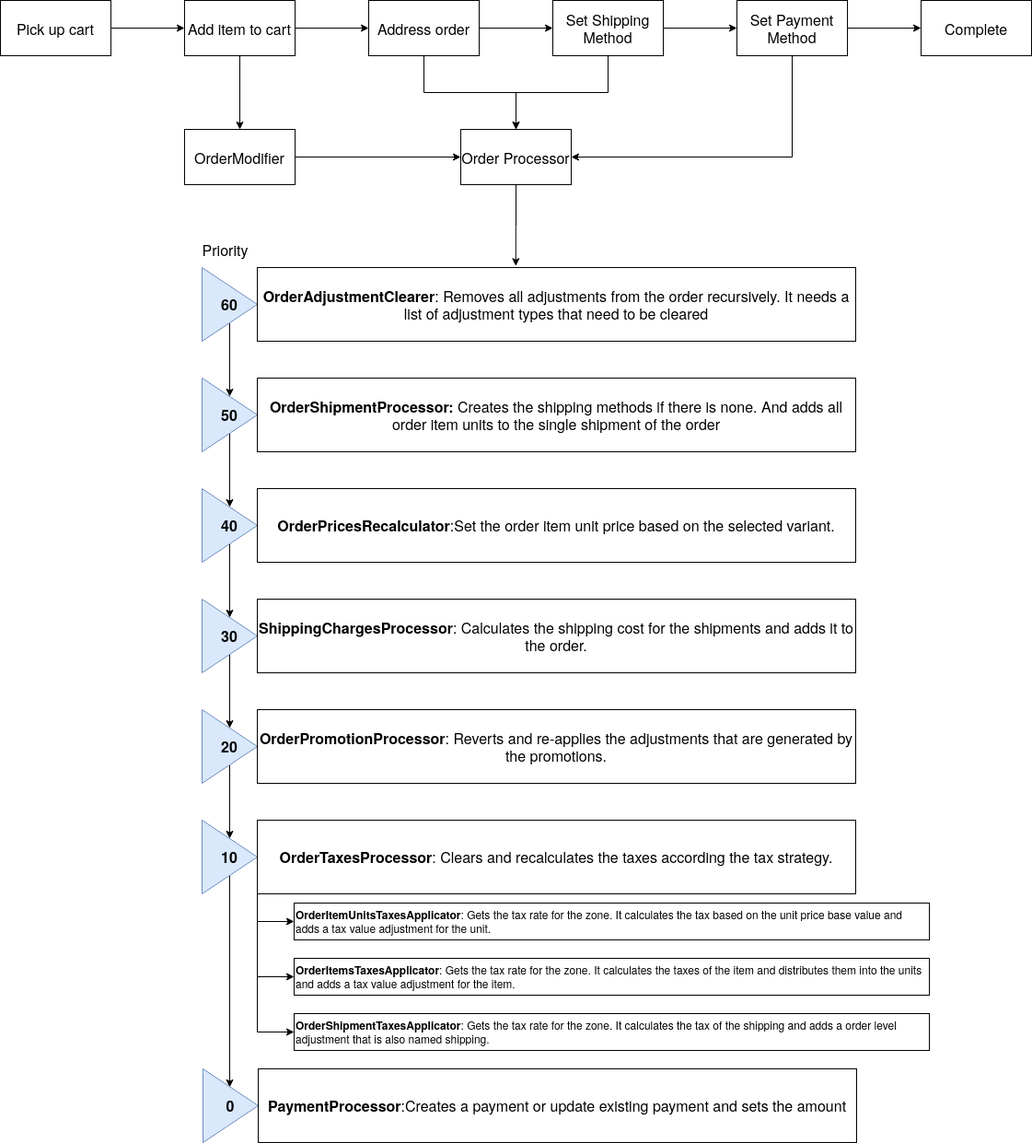
Earlier version of the draw.io export docs/_images/sylius_order_processor.png (Sylius/Sylius). Source tidied: cells renumbered, new cells last; positions are measured from the earlier drawing's top-left corner, leaving out a move shared by most shapes. The source it was exported from:
```xml
<mxGraphModel>
  <root>
    <mxCell id="0" />
    <mxCell id="1" parent="0" />
    <mxCell id="2" style="edgeStyle=orthogonalEdgeStyle;rounded=0;jettySize=auto;html=1;fontSize=16;" parent="1" edge="1" source="3" target="6">
      <mxGeometry relative="1" as="geometry" />
    </mxCell>
    <mxCell id="3" value="&lt;div style=&quot;font-size: 16px;&quot;&gt;Pick up cart&lt;/div&gt;" style="rounded=0;whiteSpace=wrap;html=1;fontSize=16;" parent="1" vertex="1">
      <mxGeometry width="120" height="60" as="geometry" />
    </mxCell>
    <mxCell id="4" style="edgeStyle=orthogonalEdgeStyle;rounded=0;jettySize=auto;html=1;fontSize=16;" parent="1" edge="1" source="6" target="13">
      <mxGeometry relative="1" as="geometry" />
    </mxCell>
    <mxCell id="5" style="edgeStyle=orthogonalEdgeStyle;rounded=0;jettySize=auto;html=1;fontSize=16;" parent="1" edge="1" source="6" target="8">
      <mxGeometry relative="1" as="geometry" />
    </mxCell>
    <mxCell id="6" value="Add item to cart" style="rounded=0;whiteSpace=wrap;html=1;fontSize=16;" parent="1" vertex="1">
      <mxGeometry x="200" width="120" height="60" as="geometry" />
    </mxCell>
    <mxCell id="7" style="edgeStyle=orthogonalEdgeStyle;rounded=0;jettySize=auto;html=1;fontSize=16;" parent="1" edge="1" source="8" target="10">
      <mxGeometry relative="1" as="geometry" />
    </mxCell>
    <mxCell id="8" value="OrderModifier" style="rounded=0;whiteSpace=wrap;html=1;fontSize=16;" parent="1" vertex="1">
      <mxGeometry x="200" y="140" width="120" height="60" as="geometry" />
    </mxCell>
    <mxCell id="9" style="edgeStyle=orthogonalEdgeStyle;rounded=0;jettySize=auto;html=1;exitX=0.5;exitY=1;exitDx=0;exitDy=0;fontSize=16;entryX=0.432;entryY=-0.021;entryDx=0;entryDy=0;entryPerimeter=0;" parent="1" edge="1" source="10" target="34">
      <mxGeometry relative="1" as="geometry" />
    </mxCell>
    <mxCell id="10" value="&lt;div style=&quot;font-size: 16px;&quot;&gt;Order Processor&lt;/div&gt;" style="rounded=0;whiteSpace=wrap;html=1;fontSize=16;" parent="1" vertex="1">
      <mxGeometry x="500" y="140" width="120" height="60" as="geometry" />
    </mxCell>
    <mxCell id="11" style="edgeStyle=orthogonalEdgeStyle;rounded=0;jettySize=auto;html=1;fontSize=16;" parent="1" edge="1" source="13" target="16">
      <mxGeometry relative="1" as="geometry" />
    </mxCell>
    <mxCell id="12" style="edgeStyle=orthogonalEdgeStyle;rounded=0;jettySize=auto;html=1;fontSize=16;" parent="1" edge="1" source="13" target="10">
      <mxGeometry relative="1" as="geometry" />
    </mxCell>
    <mxCell id="13" value="&lt;div style=&quot;font-size: 16px;&quot;&gt;Address order&lt;/div&gt;" style="rounded=0;whiteSpace=wrap;html=1;fontSize=16;" parent="1" vertex="1">
      <mxGeometry x="400" width="120" height="60" as="geometry" />
    </mxCell>
    <mxCell id="14" style="edgeStyle=orthogonalEdgeStyle;rounded=0;jettySize=auto;html=1;fontSize=16;" parent="1" edge="1" source="16" target="19">
      <mxGeometry relative="1" as="geometry" />
    </mxCell>
    <mxCell id="15" style="edgeStyle=orthogonalEdgeStyle;rounded=0;jettySize=auto;html=1;exitX=0.5;exitY=1;exitDx=0;exitDy=0;fontSize=16;" parent="1" edge="1" source="16" target="10">
      <mxGeometry relative="1" as="geometry" />
    </mxCell>
    <mxCell id="16" value="&lt;div style=&quot;font-size: 16px;&quot;&gt;Set Shipping Method&lt;/div&gt;" style="rounded=0;whiteSpace=wrap;html=1;fontSize=16;" parent="1" vertex="1">
      <mxGeometry x="600" width="120" height="60" as="geometry" />
    </mxCell>
    <mxCell id="17" style="edgeStyle=orthogonalEdgeStyle;rounded=0;jettySize=auto;html=1;fontSize=16;" parent="1" edge="1" source="19" target="20">
      <mxGeometry relative="1" as="geometry" />
    </mxCell>
    <mxCell id="18" style="edgeStyle=orthogonalEdgeStyle;rounded=0;jettySize=auto;html=1;entryX=1;entryY=0.5;entryDx=0;entryDy=0;fontSize=16;" parent="1" edge="1" source="19" target="10">
      <mxGeometry relative="1" as="geometry">
        <Array as="points">
          <mxPoint x="860" y="170" />
        </Array>
      </mxGeometry>
    </mxCell>
    <mxCell id="19" value="Set Payment Method" style="rounded=0;whiteSpace=wrap;html=1;fontSize=16;" parent="1" vertex="1">
      <mxGeometry x="800" width="120" height="60" as="geometry" />
    </mxCell>
    <mxCell id="20" value="Complete" style="rounded=0;whiteSpace=wrap;html=1;fontSize=16;" parent="1" vertex="1">
      <mxGeometry x="1000" width="120" height="60" as="geometry" />
    </mxCell>
    <mxCell id="21" style="edgeStyle=orthogonalEdgeStyle;rounded=0;jettySize=auto;html=1;fontSize=16;" parent="1" edge="1" source="22" target="24">
      <mxGeometry relative="1" as="geometry" />
    </mxCell>
    <mxCell id="22" value="60" style="triangle;whiteSpace=wrap;html=1;fontSize=16;fontStyle=1;fillColor=#dae8fc;strokeColor=#6c8ebf;" parent="1" vertex="1">
      <mxGeometry x="219" y="290" width="60" height="80" as="geometry" />
    </mxCell>
    <mxCell id="23" style="edgeStyle=orthogonalEdgeStyle;rounded=0;jettySize=auto;html=1;fontSize=16;" parent="1" edge="1" source="24" target="26">
      <mxGeometry relative="1" as="geometry" />
    </mxCell>
    <mxCell id="24" value="50" style="triangle;whiteSpace=wrap;html=1;fontSize=16;fontStyle=1;fillColor=#dae8fc;strokeColor=#6c8ebf;" parent="1" vertex="1">
      <mxGeometry x="219" y="410" width="60" height="80" as="geometry" />
    </mxCell>
    <mxCell id="25" style="edgeStyle=orthogonalEdgeStyle;rounded=0;jettySize=auto;html=1;fontSize=16;" parent="1" edge="1" source="26" target="28">
      <mxGeometry relative="1" as="geometry" />
    </mxCell>
    <mxCell id="26" value="40" style="triangle;whiteSpace=wrap;html=1;fontSize=16;fontStyle=1;fillColor=#dae8fc;strokeColor=#6c8ebf;" parent="1" vertex="1">
      <mxGeometry x="219" y="530" width="60" height="80" as="geometry" />
    </mxCell>
    <mxCell id="27" style="edgeStyle=orthogonalEdgeStyle;rounded=0;jettySize=auto;html=1;fontSize=16;" parent="1" edge="1" source="28" target="30">
      <mxGeometry relative="1" as="geometry" />
    </mxCell>
    <mxCell id="28" value="30" style="triangle;whiteSpace=wrap;html=1;fontSize=16;fontStyle=1;fillColor=#dae8fc;strokeColor=#6c8ebf;" parent="1" vertex="1">
      <mxGeometry x="219" y="650" width="60" height="80" as="geometry" />
    </mxCell>
    <mxCell id="29" style="edgeStyle=orthogonalEdgeStyle;rounded=0;jettySize=auto;html=1;fontSize=16;" parent="1" edge="1" source="30" target="32">
      <mxGeometry relative="1" as="geometry" />
    </mxCell>
    <mxCell id="30" value="20" style="triangle;whiteSpace=wrap;html=1;fontSize=16;fontStyle=1;fillColor=#dae8fc;strokeColor=#6c8ebf;" parent="1" vertex="1">
      <mxGeometry x="219" y="770" width="60" height="80" as="geometry" />
    </mxCell>
    <mxCell id="31" style="edgeStyle=orthogonalEdgeStyle;rounded=0;jettySize=auto;html=1;fontSize=16;" parent="1" edge="1" source="32">
      <mxGeometry relative="1" as="geometry">
        <mxPoint x="249" y="1180" as="targetPoint" />
      </mxGeometry>
    </mxCell>
    <mxCell id="32" value="10" style="triangle;whiteSpace=wrap;html=1;fontSize=16;fontStyle=1;fillColor=#dae8fc;strokeColor=#6c8ebf;" parent="1" vertex="1">
      <mxGeometry x="219" y="890" width="60" height="80" as="geometry" />
    </mxCell>
    <mxCell id="33" value="0" style="triangle;whiteSpace=wrap;html=1;fontSize=16;fontStyle=1;fillColor=#dae8fc;strokeColor=#6c8ebf;" parent="1" vertex="1">
      <mxGeometry x="220" y="1160" width="60" height="80" as="geometry" />
    </mxCell>
    <mxCell id="34" value="&lt;b style=&quot;font-size: 16px;&quot;&gt;OrderAdjustmentClearer&lt;/b&gt;: Removes all adjustments from the order recursively. It needs a list of adjustment types that need to be cleared" style="whiteSpace=wrap;html=1;fontSize=16;" parent="1" vertex="1">
      <mxGeometry x="279" y="290" width="650" height="80" as="geometry" />
    </mxCell>
    <mxCell id="35" value="&lt;b style=&quot;font-size: 16px;&quot;&gt;OrderShipmentProcessor:&lt;/b&gt; Creates the shipping methods if there is none. And adds all order item units to the single shipment of the order" style="whiteSpace=wrap;html=1;fontSize=16;" parent="1" vertex="1">
      <mxGeometry x="279" y="410" width="650" height="80" as="geometry" />
    </mxCell>
    <mxCell id="36" value="&lt;b style=&quot;font-size: 16px;&quot;&gt;OrderPricesRecalculator&lt;/b&gt;:Set the order item unit price based on the selected variant. " style="whiteSpace=wrap;html=1;fontSize=16;" parent="1" vertex="1">
      <mxGeometry x="279" y="530" width="650" height="80" as="geometry" />
    </mxCell>
    <mxCell id="37" value="&lt;div style=&quot;font-size: 16px;&quot;&gt;Priority&lt;/div&gt;" style="text;html=1;strokeColor=none;fillColor=none;align=center;verticalAlign=middle;whiteSpace=wrap;rounded=0;fontSize=16;" parent="1" vertex="1">
      <mxGeometry x="210" y="260" width="69" height="20" as="geometry" />
    </mxCell>
    <mxCell id="38" value="&lt;b style=&quot;font-size: 16px;&quot;&gt;ShippingChargesProcessor&lt;/b&gt;: Calculates the shipping cost for the shipments and adds it to the order." style="whiteSpace=wrap;html=1;fontSize=16;" parent="1" vertex="1">
      <mxGeometry x="279" y="650" width="650" height="80" as="geometry" />
    </mxCell>
    <mxCell id="39" value="&lt;b style=&quot;font-size: 16px;&quot;&gt;OrderPromotionProcessor&lt;/b&gt;: Reverts and re-applies the adjustments that are generated by the promotions." style="whiteSpace=wrap;html=1;fontSize=16;" parent="1" vertex="1">
      <mxGeometry x="279" y="770" width="650" height="80" as="geometry" />
    </mxCell>
    <mxCell id="40" style="edgeStyle=orthogonalEdgeStyle;rounded=0;jettySize=auto;html=1;exitX=0;exitY=1;exitDx=0;exitDy=0;entryX=0;entryY=0.5;entryDx=0;entryDy=0;fontSize=16;" parent="1" edge="1" source="43" target="44">
      <mxGeometry relative="1" as="geometry">
        <Array as="points">
          <mxPoint x="279" y="1000" />
        </Array>
      </mxGeometry>
    </mxCell>
    <mxCell id="41" style="edgeStyle=orthogonalEdgeStyle;rounded=0;jettySize=auto;html=1;exitX=0;exitY=1;exitDx=0;exitDy=0;fontSize=16;entryX=0;entryY=0.5;entryDx=0;entryDy=0;" parent="1" edge="1" source="43" target="46">
      <mxGeometry relative="1" as="geometry">
        <Array as="points">
          <mxPoint x="279" y="1120" />
        </Array>
      </mxGeometry>
    </mxCell>
    <mxCell id="42" style="edgeStyle=orthogonalEdgeStyle;rounded=0;jettySize=auto;html=1;exitX=0;exitY=1;exitDx=0;exitDy=0;entryX=0;entryY=0.5;entryDx=0;entryDy=0;fontSize=16;" parent="1" edge="1" source="43" target="45">
      <mxGeometry relative="1" as="geometry">
        <Array as="points">
          <mxPoint x="279" y="1060" />
        </Array>
      </mxGeometry>
    </mxCell>
    <mxCell id="43" value="&lt;b style=&quot;font-size: 16px;&quot;&gt;OrderTaxesProcessor&lt;/b&gt;: Clears and recalculates the taxes according the tax strategy." style="whiteSpace=wrap;html=1;fontSize=16;" parent="1" vertex="1">
      <mxGeometry x="279" y="890" width="650" height="80" as="geometry" />
    </mxCell>
    <mxCell id="44" value="&lt;b&gt;OrderItemUnitsTaxesApplicator&lt;/b&gt;: Gets the tax rate for the zone. It calculates the tax based on the unit price base value and adds a tax value adjustment for the unit." style="whiteSpace=wrap;html=1;align=left;" parent="1" vertex="1">
      <mxGeometry x="319" y="980" width="690" height="40" as="geometry" />
    </mxCell>
    <mxCell id="45" value="&lt;b&gt;OrderItemsTaxesApplicator&lt;/b&gt;: Gets the tax rate for the zone. It calculates the taxes of the item and distributes them into the units and adds a tax value adjustment for the item." style="whiteSpace=wrap;html=1;align=left;" parent="1" vertex="1">
      <mxGeometry x="319" y="1040" width="690" height="40" as="geometry" />
    </mxCell>
    <mxCell id="46" value="&lt;b&gt;OrderShipmentTaxesApplicator&lt;/b&gt;: Gets the tax rate for the zone. It calculates the tax of the shipping and adds a order level adjustment that is also named shipping." style="whiteSpace=wrap;html=1;align=left;" parent="1" vertex="1">
      <mxGeometry x="319" y="1100" width="690" height="40" as="geometry" />
    </mxCell>
    <mxCell id="47" value="&lt;div style=&quot;font-size: 16px;&quot;&gt;&lt;b style=&quot;font-size: 16px;&quot;&gt;PaymentProcessor&lt;/b&gt;:Creates a payment or update existing payment and sets the amount&lt;/div&gt;" style="whiteSpace=wrap;html=1;fontSize=16;" parent="1" vertex="1">
      <mxGeometry x="280" y="1160" width="650" height="80" as="geometry" />
    </mxCell>
  </root>
</mxGraphModel>
```
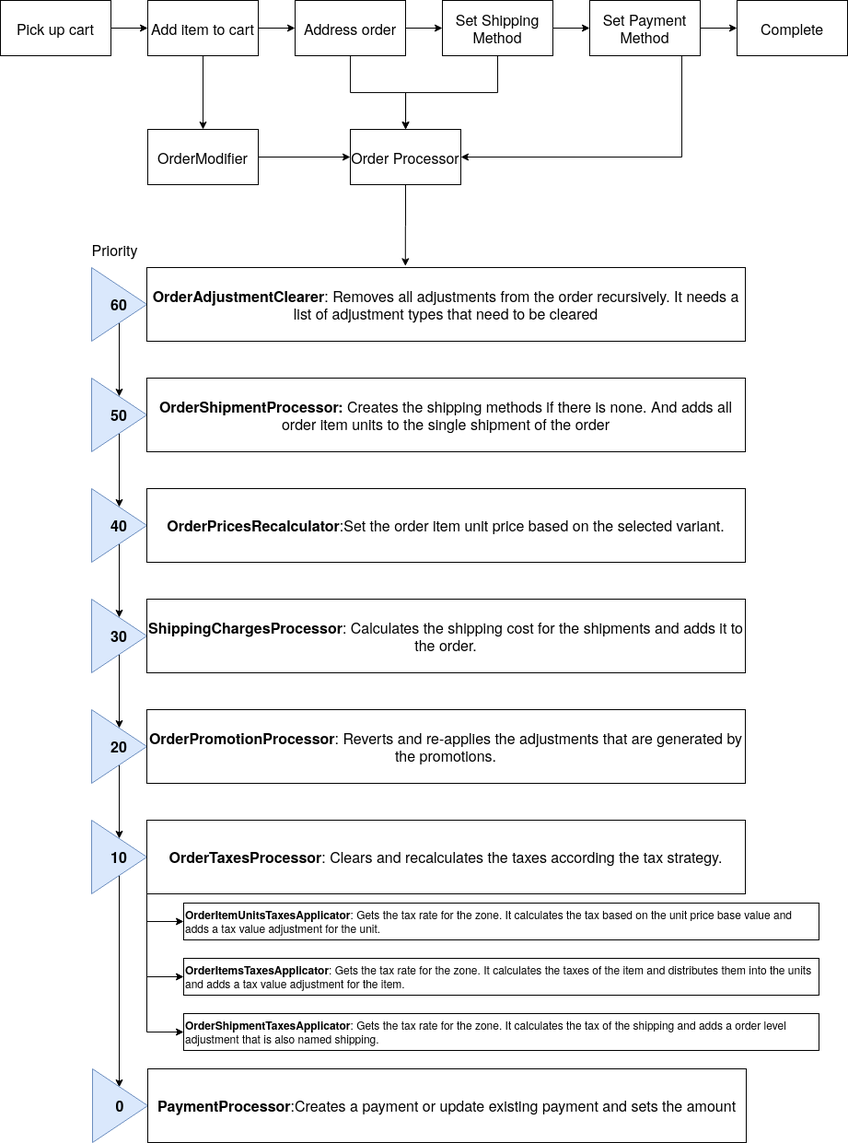
Later version of the same file.

The edit, as a diff of the source:
```diff
@@ -6,22 +6,22 @@
       <mxGeometry relative="1" as="geometry" />
     </mxCell>
     <mxCell id="3" value="&lt;div style=&quot;font-size: 16px;&quot;&gt;Pick up cart&lt;/div&gt;" style="rounded=0;whiteSpace=wrap;html=1;fontSize=16;" parent="1" vertex="1">
-      <mxGeometry width="120" height="60" as="geometry" />
+      <mxGeometry x="120" width="120" height="60" as="geometry" />
     </mxCell>
     <mxCell id="4" style="edgeStyle=orthogonalEdgeStyle;rounded=0;jettySize=auto;html=1;fontSize=16;" parent="1" edge="1" source="6" target="13">
       <mxGeometry relative="1" as="geometry" />
     </mxCell>
-    <mxCell id="5" style="edgeStyle=orthogonalEdgeStyle;rounded=0;jettySize=auto;html=1;fontSize=16;" parent="1" edge="1" source="6" target="8">
+    <mxCell id="5" style="edgeStyle=orthogonalEdgeStyle;rounded=0;jettySize=auto;html=1;exitX=0.5;exitY=1;exitDx=0;exitDy=0;fontSize=16;" parent="1" edge="1" source="6" target="8">
       <mxGeometry relative="1" as="geometry" />
     </mxCell>
     <mxCell id="6" value="Add item to cart" style="rounded=0;whiteSpace=wrap;html=1;fontSize=16;" parent="1" vertex="1">
-      <mxGeometry x="200" width="120" height="60" as="geometry" />
+      <mxGeometry x="280" width="120" height="60" as="geometry" />
     </mxCell>
     <mxCell id="7" style="edgeStyle=orthogonalEdgeStyle;rounded=0;jettySize=auto;html=1;fontSize=16;" parent="1" edge="1" source="8" target="10">
       <mxGeometry relative="1" as="geometry" />
     </mxCell>
     <mxCell id="8" value="OrderModifier" style="rounded=0;whiteSpace=wrap;html=1;fontSize=16;" parent="1" vertex="1">
-      <mxGeometry x="200" y="140" width="120" height="60" as="geometry" />
+      <mxGeometry x="280" y="140" width="120" height="60" as="geometry" />
     </mxCell>
     <mxCell id="9" style="edgeStyle=orthogonalEdgeStyle;rounded=0;jettySize=auto;html=1;exitX=0.5;exitY=1;exitDx=0;exitDy=0;fontSize=16;entryX=0.432;entryY=-0.021;entryDx=0;entryDy=0;entryPerimeter=0;" parent="1" edge="1" source="10" target="34">
       <mxGeometry relative="1" as="geometry" />
@@ -36,7 +36,7 @@
       <mxGeometry relative="1" as="geometry" />
     </mxCell>
     <mxCell id="13" value="&lt;div style=&quot;font-size: 16px;&quot;&gt;Address order&lt;/div&gt;" style="rounded=0;whiteSpace=wrap;html=1;fontSize=16;" parent="1" vertex="1">
-      <mxGeometry x="400" width="120" height="60" as="geometry" />
+      <mxGeometry x="440" width="120" height="60" as="geometry" />
     </mxCell>
     <mxCell id="14" style="edgeStyle=orthogonalEdgeStyle;rounded=0;jettySize=auto;html=1;fontSize=16;" parent="1" edge="1" source="16" target="19">
       <mxGeometry relative="1" as="geometry" />
@@ -58,10 +58,10 @@
       </mxGeometry>
     </mxCell>
     <mxCell id="19" value="Set Payment Method" style="rounded=0;whiteSpace=wrap;html=1;fontSize=16;" parent="1" vertex="1">
-      <mxGeometry x="800" width="120" height="60" as="geometry" />
+      <mxGeometry x="760" width="120" height="60" as="geometry" />
     </mxCell>
     <mxCell id="20" value="Complete" style="rounded=0;whiteSpace=wrap;html=1;fontSize=16;" parent="1" vertex="1">
-      <mxGeometry x="1000" width="120" height="60" as="geometry" />
+      <mxGeometry x="920" width="120" height="60" as="geometry" />
     </mxCell>
     <mxCell id="21" style="edgeStyle=orthogonalEdgeStyle;rounded=0;jettySize=auto;html=1;fontSize=16;" parent="1" edge="1" source="22" target="24">
       <mxGeometry relative="1" as="geometry" />
```
